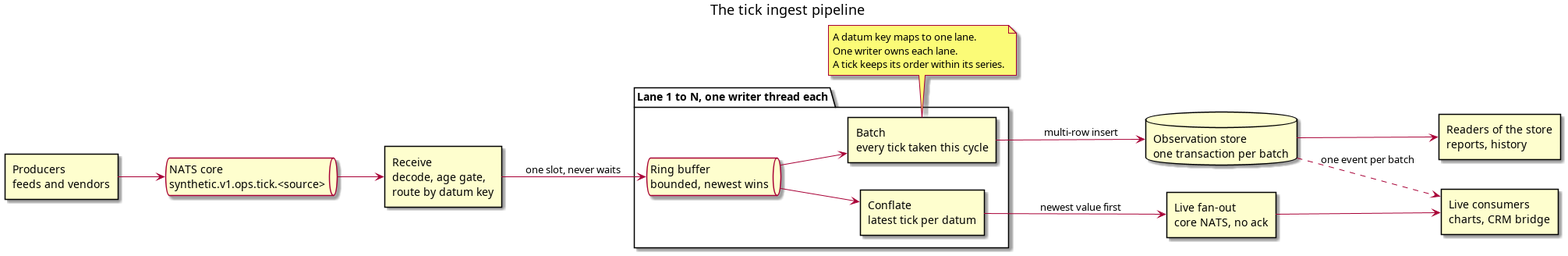
Above: doc/knowledge/architecture/tick_ingest_pipeline.png in OreStudio/OreStudio (PlantUML), before the change. Its source is kept beside it as doc/knowledge/architecture/tick_ingest_pipeline.puml. Its diagram source:
```plantuml
@startuml

title The tick ingest pipeline

left to right direction
skinparam componentStyle rectangle

rectangle "Producers\nfeeds and vendors" as prod
queue "NATS core\nsynthetic.v1.ops.tick.<source>" as nats
rectangle "Receive\ndecode, age gate,\nroute by datum key" as recv

package "Lane 1 to N, one writer thread each" {
    queue "Ring buffer\nbounded, newest wins" as ring
    rectangle "Conflate\nlatest tick per datum" as conf
    rectangle "Batch\nevery tick taken this cycle" as batch
}

rectangle "Live fan-out\ncore NATS, no ack" as live
database "Observation store\none transaction per batch" as db
rectangle "Live consumers\ncharts, CRM bridge" as cons
rectangle "Readers of the store\nreports, history" as readers

prod --> nats
nats --> recv
recv --> ring : one slot, never waits
ring --> conf
ring --> batch
conf --> live : newest value first
live --> cons
batch --> db : multi-row insert
db --> readers
db ..> cons : one event per batch

note bottom of batch
    A datum key maps to one lane.
    One writer owns each lane.
    A tick keeps its order within its series.
end note

@enduml
```
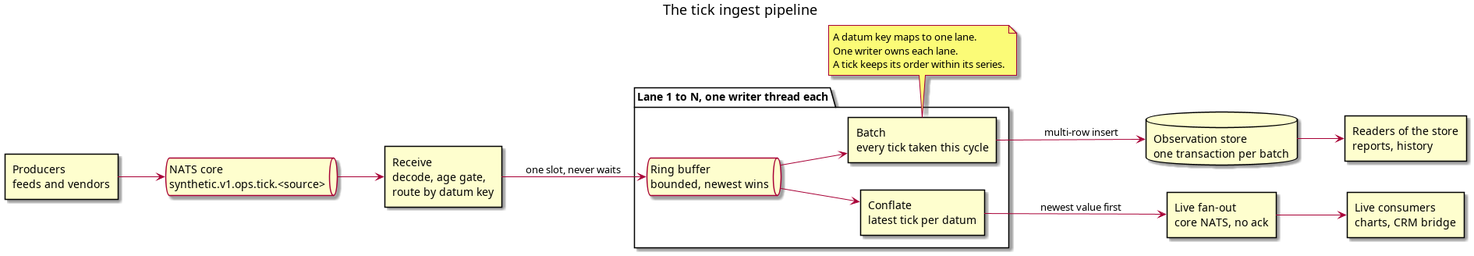
The same diagram one commit later.

Commit message:
[doc] Drop the observation notification from the tick pipeline and add how tick systems are built in practice

The edit, as a diff of the source:
```diff
@@ -29,7 +29,6 @@
 live --> cons
 batch --> db : multi-row insert
 db --> readers
-db ..> cons : one event per batch
 
 note bottom of batch
     A datum key maps to one lane.
```
